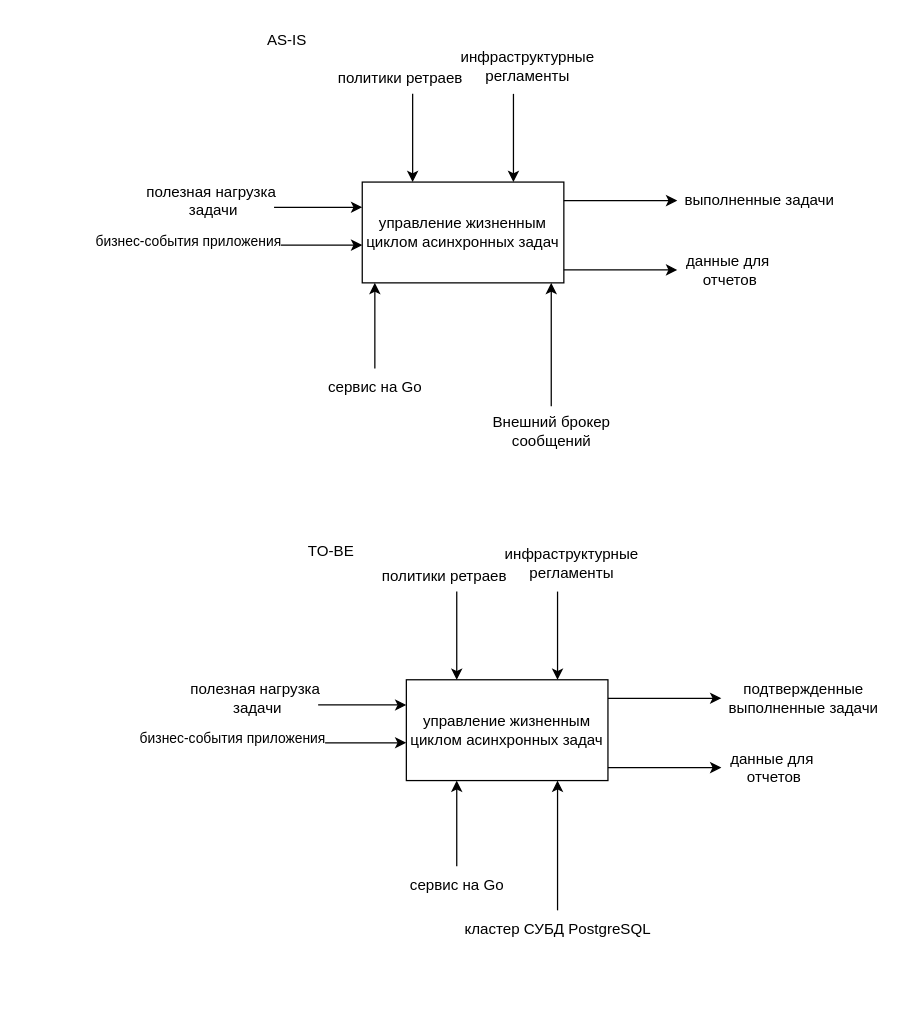
Before: idef0-doc.drawio in yakser/drawio-diagrams, a draw.io diagram. Source tidied: cells renumbered, new cells numbered last; positions are measured from the earlier drawing's top-left corner, leaving out a move shared by most shapes. Both pictures are drawn from the tidied source at 126%, with x=0, y=0 at pixel (129, 21).
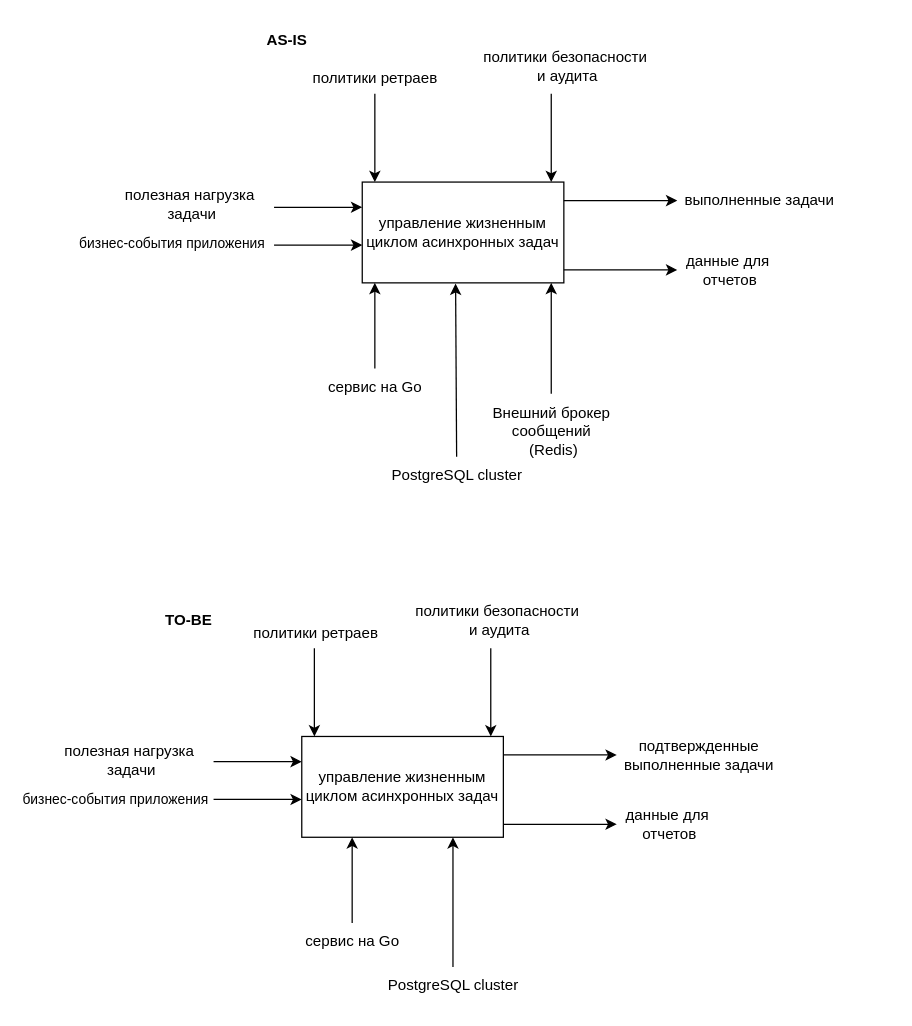
Above is the later version.

Unchanged cells that the change refers to:
```xml
<mxCell id="2" value="управление жизненным циклом асинхронных задач" style="rounded=0;whiteSpace=wrap;html=1;" parent="1" vertex="1">
  <mxGeometry x="185" y="127" width="160" height="80" as="geometry" />
</mxCell>
<mxCell id="17" style="endArrow=classic;html=1;rounded=0;entryX=0;entryY=0.5;entryDx=0;entryDy=0;" parent="1" edge="1">
  <mxGeometry relative="1" as="geometry">
    <mxPoint x="115" y="177" as="sourcePoint" />
    <mxPoint x="185" y="177" as="targetPoint" />
  </mxGeometry>
</mxCell>
```

The edit, as a diff of the source:
```diff
@@
-    <mxCell id="5" style="endArrow=classic;html=1;rounded=0;entryX=0.25;entryY=0;entryDx=0;entryDy=0;" parent="1" edge="1" target="2">
+    <mxCell id="5" style="endArrow=classic;html=1;rounded=0;entryX=0.25;entryY=0;entryDx=0;entryDy=0;" parent="1" edge="1">
       <mxGeometry relative="1" as="geometry">
-        <mxPoint x="225" y="57" as="sourcePoint" />
+        <mxPoint x="195" y="57" as="sourcePoint" />
+        <mxPoint x="195" y="127" as="targetPoint" />
       </mxGeometry>
     </mxCell>
     <mxCell id="6" value="политики ретраев" style="text;html=1;align=center;verticalAlign=middle;strokeColor=none;fillColor=none;" parent="1" vertex="1">
-      <mxGeometry x="150" y="30" width="130" height="30" as="geometry" />
+      <mxGeometry x="130" y="30" width="130" height="30" as="geometry" />
     </mxCell>
-    <mxCell id="7" style="endArrow=classic;html=1;rounded=0;entryX=0.75;entryY=0;entryDx=0;entryDy=0;" parent="1" edge="1" target="2">
+    <mxCell id="7" style="endArrow=classic;html=1;rounded=0;entryX=0.75;entryY=0;entryDx=0;entryDy=0;" parent="1" edge="1">
       <mxGeometry relative="1" as="geometry">
-        <mxPoint x="305" y="57" as="sourcePoint" />
+        <mxPoint x="335" y="57" as="sourcePoint" />
+        <mxPoint x="335" y="127" as="targetPoint" />
       </mxGeometry>
     </mxCell>
-    <mxCell id="8" value="инфраструктурные&lt;div&gt;регламенты&lt;/div&gt;" style="text;html=1;align=center;verticalAlign=middle;strokeColor=none;fillColor=none;" parent="1" vertex="1">
-      <mxGeometry x="251" y="15" width="130" height="40" as="geometry" />
+    <mxCell id="8" value="&lt;div&gt;политики безопасности&lt;/div&gt;&lt;div&gt;&amp;nbsp;и аудита&lt;/div&gt;" style="text;html=1;align=center;verticalAlign=middle;strokeColor=none;fillColor=none;" parent="1" vertex="1">
+      <mxGeometry x="266" y="15" width="160" height="40" as="geometry" />
     </mxCell>
@@
     <mxCell id="12" value="полезная нагрузка&lt;div&gt;&amp;nbsp;задачи&lt;/div&gt;" style="text;html=1;align=center;verticalAlign=middle;strokeColor=none;fillColor=none;" parent="1" vertex="1">
-      <mxGeometry y="122" width="130" height="40" as="geometry" />
+      <mxGeometry x="-17" y="125" width="130" height="40" as="geometry" />
     </mxCell>
@@
-    <mxCell id="16" value="Внешний брокер&lt;div&gt;сообщений&lt;/div&gt;" style="text;html=1;align=center;verticalAlign=middle;points=[];strokeColor=none;fillColor=none;" parent="1" vertex="1">
-      <mxGeometry x="275" y="305" width="120" height="40" as="geometry" />
+    <mxCell id="16" value="Внешний брокер&lt;div&gt;сообщений&lt;/div&gt;&amp;nbsp;(Redis)" style="text;html=1;align=center;verticalAlign=middle;points=[];strokeColor=none;fillColor=none;" parent="1" vertex="1">
+      <mxGeometry x="275" y="295" width="120" height="60" as="geometry" />
     </mxCell>
@@
     <mxCell id="18" value="бизнес-события приложения" style="edgeLabel;html=1;align=center;verticalAlign=middle;" parent="17" vertex="1">
       <mxGeometry x="-0.3" y="4" relative="1" as="geometry">
-        <mxPoint x="-94" as="offset" />
+        <mxPoint x="-107" y="2" as="offset" />
       </mxGeometry>
     </mxCell>
-    <mxCell id="19" value="AS-IS" style="text;html=1;align=center;verticalAlign=middle;strokeColor=none;fillColor=none;" parent="1" vertex="1">
+    <mxCell id="19" value="AS-IS" style="text;html=1;align=center;verticalAlign=middle;strokeColor=none;fillColor=none;fontStyle=1;" parent="1" vertex="1">
       <mxGeometry x="100" width="50" height="30" as="geometry" />
     </mxCell>
     <mxCell id="20" value="управление жизненным циклом асинхронных задач" style="rounded=0;whiteSpace=wrap;html=1;" parent="1" vertex="1">
-      <mxGeometry x="220" y="522" width="160" height="80" as="geometry" />
+      <mxGeometry x="137" y="567" width="160" height="80" as="geometry" />
     </mxCell>
     <mxCell id="21" style="endArrow=classic;html=1;rounded=0;exitX=1;exitY=0.5;exitDx=0;exitDy=0;" parent="1" edge="1">
       <mxGeometry relative="1" as="geometry">
-        <mxPoint x="380" y="536.7" as="sourcePoint" />
-        <mxPoint x="470" y="536.7" as="targetPoint" />
+        <mxPoint x="297" y="581.7" as="sourcePoint" />
+        <mxPoint x="387" y="581.7" as="targetPoint" />
         <Array as="points">
-          <mxPoint x="430" y="536.7" />
+          <mxPoint x="347" y="581.7" />
         </Array>
       </mxGeometry>
     </mxCell>
     <mxCell id="22" value="подтвержденные&lt;div&gt;выполненные задачи&lt;/div&gt;" style="text;html=1;align=center;verticalAlign=middle;strokeColor=none;fillColor=none;" parent="1" vertex="1">
-      <mxGeometry x="465" y="517" width="140" height="40" as="geometry" />
+      <mxGeometry x="382" y="562" width="140" height="40" as="geometry" />
     </mxCell>
-    <mxCell id="23" style="endArrow=classic;html=1;rounded=0;entryX=0.25;entryY=0;entryDx=0;entryDy=0;" parent="1" edge="1" target="20">
+    <mxCell id="23" style="endArrow=classic;html=1;rounded=0;entryX=0.25;entryY=0;entryDx=0;entryDy=0;" parent="1" edge="1">
       <mxGeometry relative="1" as="geometry">
-        <mxPoint x="260" y="452" as="sourcePoint" />
+        <mxPoint x="147" y="497" as="sourcePoint" />
+        <mxPoint x="147" y="567" as="targetPoint" />
       </mxGeometry>
     </mxCell>
     <mxCell id="24" value="политики ретраев" style="text;html=1;align=center;verticalAlign=middle;strokeColor=none;fillColor=none;" parent="1" vertex="1">
-      <mxGeometry x="185" y="425" width="130" height="30" as="geometry" />
+      <mxGeometry x="83" y="470" width="130" height="30" as="geometry" />
     </mxCell>
-    <mxCell id="25" style="endArrow=classic;html=1;rounded=0;entryX=0.75;entryY=0;entryDx=0;entryDy=0;" parent="1" edge="1" target="20">
+    <mxCell id="25" style="endArrow=classic;html=1;rounded=0;entryX=0.75;entryY=0;entryDx=0;entryDy=0;" parent="1" edge="1">
       <mxGeometry relative="1" as="geometry">
-        <mxPoint x="340" y="452" as="sourcePoint" />
+        <mxPoint x="287" y="497" as="sourcePoint" />
+        <mxPoint x="287" y="567" as="targetPoint" />
       </mxGeometry>
     </mxCell>
-    <mxCell id="26" value="инфраструктурные&lt;div&gt;регламенты&lt;/div&gt;" style="text;html=1;align=center;verticalAlign=middle;strokeColor=none;fillColor=none;" parent="1" vertex="1">
-      <mxGeometry x="286" y="410" width="130" height="40" as="geometry" />
+    <mxCell id="26" value="&lt;div&gt;политики безопасности&lt;/div&gt;&lt;div&gt;&amp;nbsp;и аудита&lt;/div&gt;" style="text;html=1;align=center;verticalAlign=middle;strokeColor=none;fillColor=none;" parent="1" vertex="1">
+      <mxGeometry x="212" y="455" width="160" height="40" as="geometry" />
     </mxCell>
@@
     <mxCell id="29" style="endArrow=classic;html=1;rounded=0;entryX=0;entryY=0.5;entryDx=0;entryDy=0;" parent="1" edge="1">
       <mxGeometry relative="1" as="geometry">
-        <mxPoint x="150" y="542" as="sourcePoint" />
-        <mxPoint x="220" y="542" as="targetPoint" />
+        <mxPoint x="67" y="587" as="sourcePoint" />
+        <mxPoint x="137" y="587" as="targetPoint" />
       </mxGeometry>
     </mxCell>
     <mxCell id="30" value="полезная нагрузка&lt;div&gt;&amp;nbsp;задачи&lt;/div&gt;" style="text;html=1;align=center;verticalAlign=middle;strokeColor=none;fillColor=none;" parent="1" vertex="1">
-      <mxGeometry x="35" y="517" width="130" height="40" as="geometry" />
+      <mxGeometry x="-65" y="566" width="130" height="40" as="geometry" />
     </mxCell>
     <mxCell id="31" style="endArrow=classic;html=1;rounded=0;exitX=1;exitY=0.5;exitDx=0;exitDy=0;" parent="1" edge="1">
       <mxGeometry relative="1" as="geometry">
-        <mxPoint x="380" y="591.7" as="sourcePoint" />
-        <mxPoint x="470" y="591.7" as="targetPoint" />
+        <mxPoint x="297" y="636.7" as="sourcePoint" />
+        <mxPoint x="387" y="636.7" as="targetPoint" />
         <Array as="points">
-          <mxPoint x="430" y="591.7" />
+          <mxPoint x="347" y="636.7" />
         </Array>
       </mxGeometry>
     </mxCell>
     <mxCell id="32" value="данные для&lt;div&gt;&amp;nbsp;отчетов&lt;/div&gt;" style="text;html=1;align=center;verticalAlign=middle;strokeColor=none;fillColor=none;" parent="1" vertex="1">
-      <mxGeometry x="465" y="572" width="90" height="40" as="geometry" />
+      <mxGeometry x="382" y="617" width="90" height="40" as="geometry" />
     </mxCell>
     <mxCell id="33" value="сервис на Go" style="text;html=1;align=center;verticalAlign=middle;points=[];strokeColor=none;fillColor=none;" parent="1" vertex="1">
-      <mxGeometry x="210" y="670" width="100" height="30" as="geometry" />
+      <mxGeometry x="127" y="715" width="100" height="30" as="geometry" />
     </mxCell>
-    <mxCell id="34" value="кластер СУБД PostgreSQL" style="text;html=1;align=center;verticalAlign=middle;points=[];strokeColor=none;fillColor=none;" parent="1" vertex="1">
-      <mxGeometry x="255" y="705" width="170" height="30" as="geometry" />
+    <mxCell id="34" value="PostgreSQL cluster" style="text;html=1;align=center;verticalAlign=middle;points=[];strokeColor=none;fillColor=none;" parent="1" vertex="1">
+      <mxGeometry x="192" y="750" width="130" height="30" as="geometry" />
     </mxCell>
     <mxCell id="35" style="endArrow=classic;html=1;rounded=0;entryX=0;entryY=0.5;entryDx=0;entryDy=0;" parent="1" edge="1">
       <mxGeometry relative="1" as="geometry">
-        <mxPoint x="150" y="572" as="sourcePoint" />
-        <mxPoint x="220" y="572" as="targetPoint" />
+        <mxPoint x="67" y="617" as="sourcePoint" />
+        <mxPoint x="137" y="617" as="targetPoint" />
       </mxGeometry>
     </mxCell>
     <mxCell id="36" value="бизнес-события приложения" style="edgeLabel;html=1;align=center;verticalAlign=middle;" parent="35" vertex="1">
       <mxGeometry x="-0.3" y="4" relative="1" as="geometry">
-        <mxPoint x="-94" as="offset" />
+        <mxPoint x="-104" y="3" as="offset" />
       </mxGeometry>
     </mxCell>
-    <mxCell id="37" value="TO-BE" style="text;html=1;align=center;verticalAlign=middle;strokeColor=none;fillColor=none;" parent="1" vertex="1">
-      <mxGeometry x="130" y="405" width="60" height="30" as="geometry" />
+    <mxCell id="37" value="TO-BE" style="text;html=1;align=center;verticalAlign=middle;strokeColor=none;fillColor=none;fontStyle=1;" parent="1" vertex="1">
+      <mxGeometry x="17" y="460" width="60" height="30" as="geometry" />
     </mxCell>
+    <mxCell id="38" style="endArrow=classic;html=1;rounded=0;entryX=0.463;entryY=1.007;entryDx=0;entryDy=0;entryPerimeter=0;" parent="1" edge="1" source="39" target="2">
+      <mxGeometry relative="1" as="geometry" />
+    </mxCell>
+    <mxCell id="39" value="PostgreSQL cluster" style="text;html=1;align=center;verticalAlign=middle;points=[];strokeColor=none;fillColor=none;" parent="1" vertex="1">
+      <mxGeometry x="195" y="345" width="130" height="30" as="geometry" />
+    </mxCell>
```
